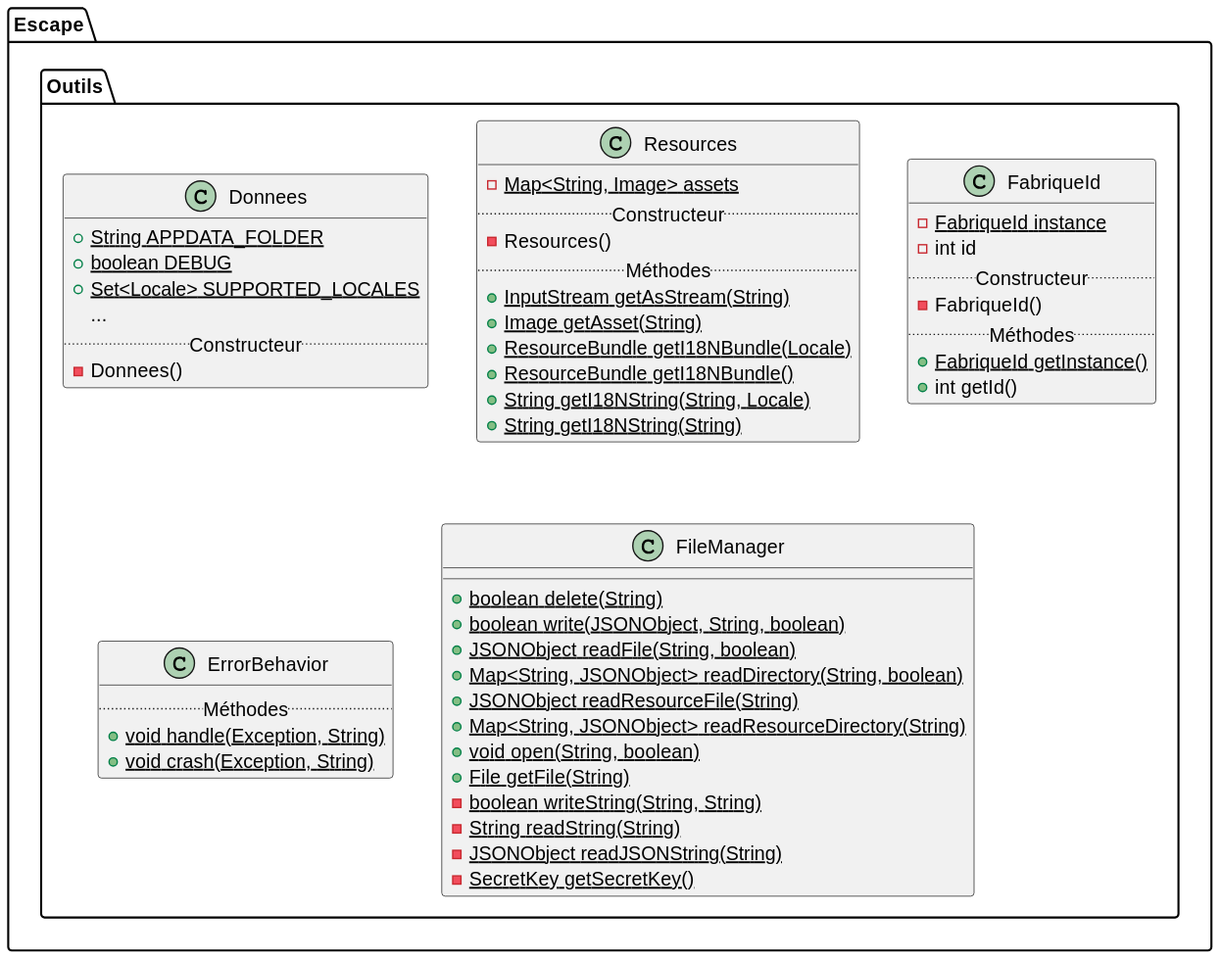
The PlantUML diagram docs/uml/class-diagram-outils.svg in victord54/escape, before a commit.
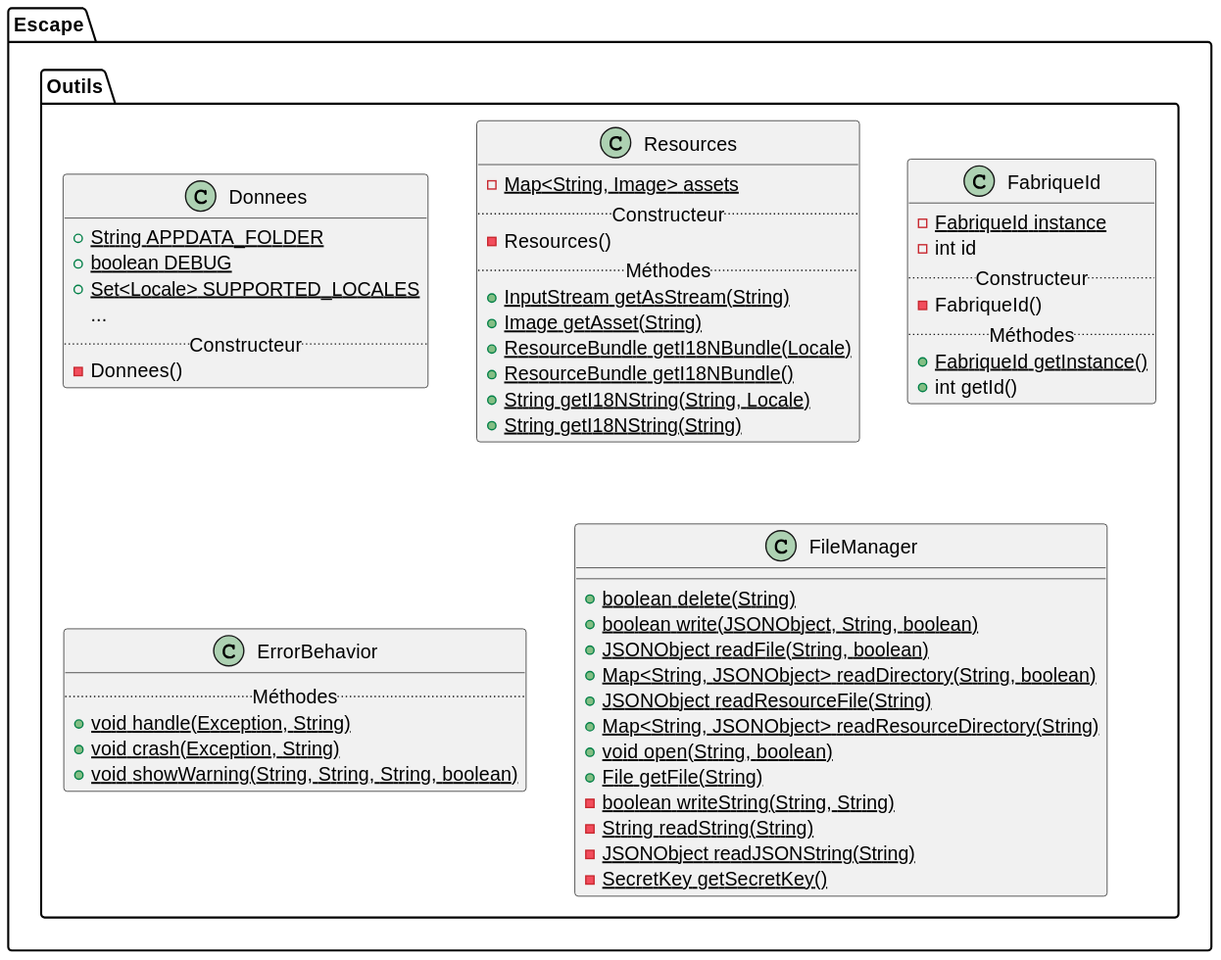
After the change.

Diff of the diagram source:
```diff
@@ -33,11 +33,11 @@
             + int getId()
         }
 
-
         class ErrorBehavior {
             ..Méthodes..
             + {static} void handle(Exception, String)
             + {static} void crash(Exception, String)
+            + {static} void showWarning(String, String, String, boolean)
         }
 
         class FileManager {
```
